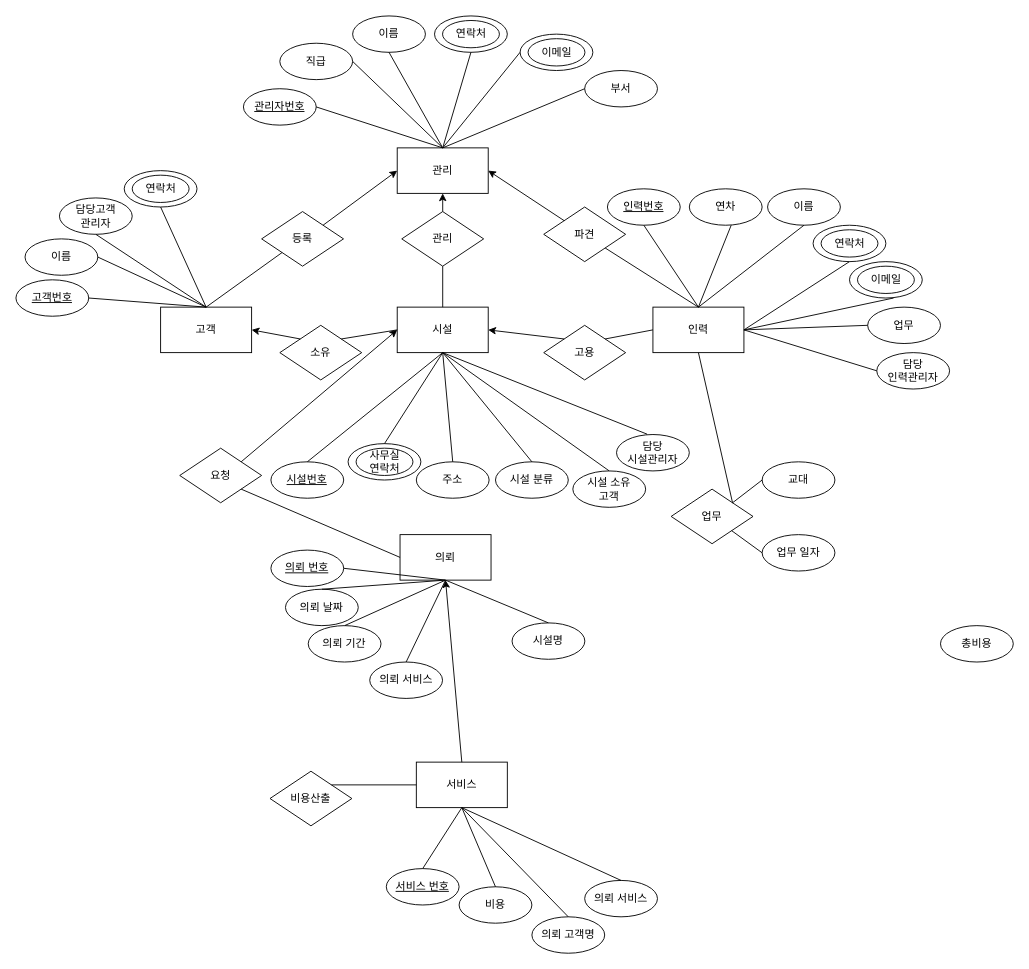
The draw.io diagram Untitled Diagram.drawio in Taein2/ERdiagram, before the edit. Source tidied: cells renumbered, new cells numbered last; positions are measured from the earlier drawing's top-left corner, leaving out a move shared by most shapes. Both pictures are drawn from the tidied source at 91%, with x=0, y=0 at pixel (15, 15).
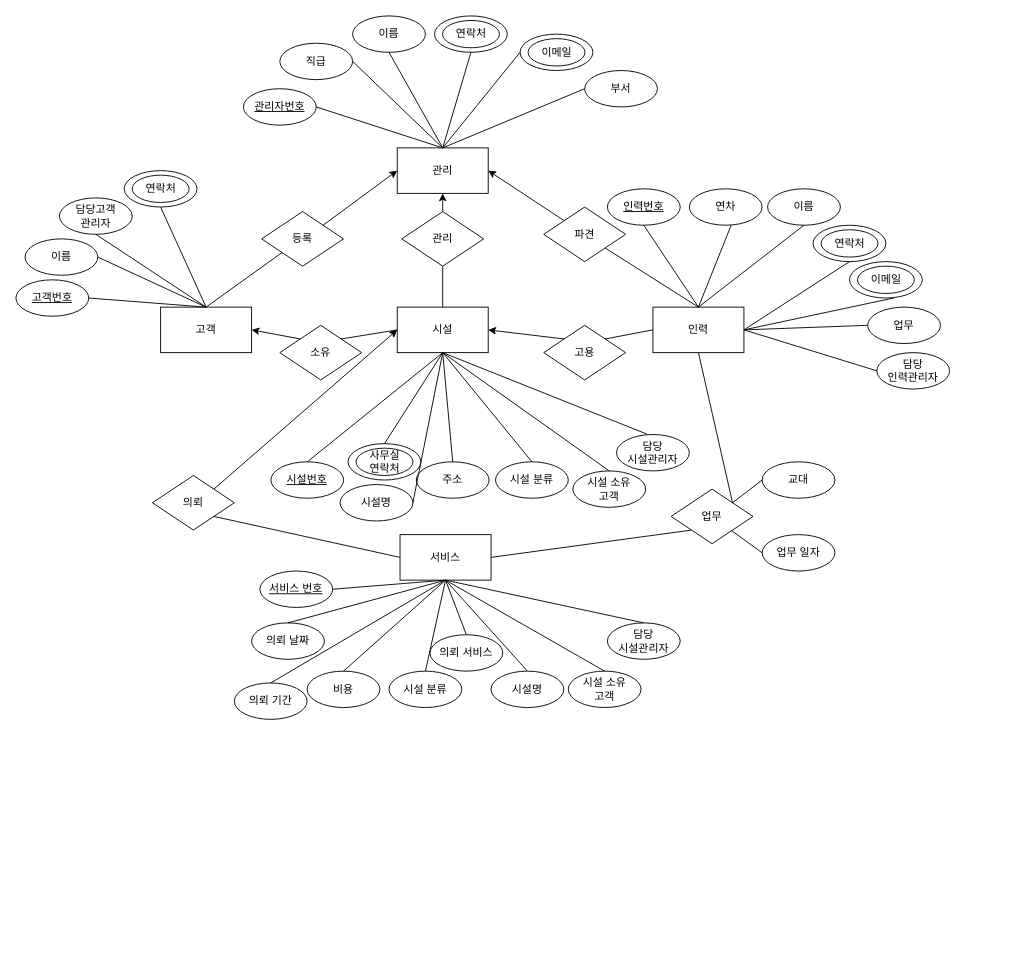
After the change.

Unchanged cells that the change refers to:
```xml
<mxCell id="5" value="시설" style="rounded=0;whiteSpace=wrap;html=1;" parent="1" vertex="1">
  <mxGeometry x="419" y="320" width="100" height="50" as="geometry" />
</mxCell>
<mxCell id="79" value="업무" style="rhombus;whiteSpace=wrap;html=1;shadow=0;gradientColor=none;fontFamily=Helvetica;" parent="1" vertex="1">
  <mxGeometry x="720" y="520" width="90" height="60" as="geometry" />
</mxCell>
```

What changed in the source:
```diff
@@
     <mxCell id="50" value="비용" style="ellipse;whiteSpace=wrap;html=1;" parent="1" vertex="1">
-      <mxGeometry x="487" y="957" width="80" height="40" as="geometry" />
+      <mxGeometry x="320" y="720" width="80" height="40" as="geometry" />
     </mxCell>
     <mxCell id="51" value="의뢰 서비스" style="ellipse;whiteSpace=wrap;html=1;" parent="1" vertex="1">
-      <mxGeometry x="388.8" y="710" width="80" height="40" as="geometry" />
+      <mxGeometry x="455" y="680" width="80" height="40" as="geometry" />
     </mxCell>
-    <mxCell id="52" value="서비스" style="rounded=0;whiteSpace=wrap;html=1;" parent="1" vertex="1">
-      <mxGeometry x="440" y="820" width="100" height="50" as="geometry" />
-    </mxCell>
-    <mxCell id="53" style="endArrow=none;html=1;entryX=0.5;entryY=1;entryDx=0;entryDy=0;exitX=0.5;exitY=0;exitDx=0;exitDy=0;" parent="1" edge="1" source="51" target="95">
-      <mxGeometry relative="1" as="geometry" />
-    </mxCell>
-    <mxCell id="54" style="endArrow=none;html=1;entryX=0.5;entryY=0;entryDx=0;entryDy=0;exitX=0.5;exitY=1;exitDx=0;exitDy=0;" parent="1" edge="1" source="52" target="50">
+    <mxCell id="54" style="endArrow=none;html=1;entryX=0.5;entryY=0;entryDx=0;entryDy=0;exitX=0.5;exitY=1;exitDx=0;exitDy=0;" parent="1" edge="1" source="95" target="50">
       <mxGeometry relative="1" as="geometry" />
     </mxCell>
     <mxCell id="55" value="의뢰 날짜" style="ellipse;whiteSpace=wrap;html=1;" parent="1" vertex="1">
-      <mxGeometry x="296.2" y="630" width="80" height="40" as="geometry" />
+      <mxGeometry x="259" y="667" width="80" height="40" as="geometry" />
     </mxCell>
@@
-    <mxCell id="81" value="요청" style="rhombus;whiteSpace=wrap;html=1;shadow=0;gradientColor=none;fontFamily=Helvetica;" parent="1" vertex="1">
-      <mxGeometry x="180" y="475" width="90" height="60" as="geometry" />
+    <mxCell id="81" value="의뢰" style="rhombus;whiteSpace=wrap;html=1;shadow=0;gradientColor=none;fontFamily=Helvetica;" parent="1" vertex="1">
+      <mxGeometry x="150" y="505" width="90" height="60" as="geometry" />
     </mxCell>
-    <mxCell id="82" value="의뢰 고객명" style="ellipse;whiteSpace=wrap;html=1;" parent="1" vertex="1">
-      <mxGeometry x="567" y="990" width="80" height="40" as="geometry" />
-    </mxCell>
     <mxCell id="83" value="의뢰 기간" style="ellipse;whiteSpace=wrap;html=1;" parent="1" vertex="1">
-      <mxGeometry x="321.2" y="670" width="80" height="40" as="geometry" />
+      <mxGeometry x="240" y="733" width="80" height="40" as="geometry" />
     </mxCell>
-    <mxCell id="84" style="endArrow=none;html=1;entryX=0.5;entryY=0;entryDx=0;entryDy=0;exitX=0.5;exitY=1;exitDx=0;exitDy=0;" parent="1" edge="1" source="52" target="82">
-      <mxGeometry relative="1" as="geometry" />
-    </mxCell>
-    <mxCell id="85" value="서비스 번호" style="ellipse;whiteSpace=wrap;html=1;fontStyle=4;" parent="1" vertex="1">
-      <mxGeometry x="407" y="937" width="80" height="40" as="geometry" />
-    </mxCell>
-    <mxCell id="86" style="endArrow=none;html=1;entryX=0.5;entryY=1;entryDx=0;entryDy=0;exitX=0.5;exitY=0;exitDx=0;exitDy=0;" parent="1" edge="1" source="85" target="52">
-      <mxGeometry relative="1" as="geometry" />
-    </mxCell>
@@
     <mxCell id="89" value="시설명" style="ellipse;whiteSpace=wrap;html=1;" parent="1" vertex="1">
-      <mxGeometry x="545.2" y="667" width="80" height="40" as="geometry" />
+      <mxGeometry x="522.1" y="720" width="80" height="40" as="geometry" />
     </mxCell>
@@
-    <mxCell id="94" value="총비용" style="ellipse;whiteSpace=wrap;html=1;" parent="1" vertex="1">
-      <mxGeometry x="1016" y="670" width="80" height="40" as="geometry" />
-    </mxCell>
-    <mxCell id="95" value="의뢰" style="rounded=0;whiteSpace=wrap;html=1;" parent="1" vertex="1">
+    <mxCell id="95" value="서비스" style="rounded=0;whiteSpace=wrap;html=1;" parent="1" vertex="1">
       <mxGeometry x="422.1" y="570" width="100" height="50" as="geometry" />
     </mxCell>
@@
-    <mxCell id="97" value="비용산출" style="rhombus;whiteSpace=wrap;html=1;shadow=0;gradientColor=none;fontFamily=Helvetica;" parent="1" vertex="1">
-      <mxGeometry x="279.2" y="830" width="90" height="60" as="geometry" />
-    </mxCell>
-    <mxCell id="98" value="의뢰 번호" style="ellipse;whiteSpace=wrap;html=1;fontStyle=4;" parent="1" vertex="1">
-      <mxGeometry x="280.2" y="587" width="80" height="40" as="geometry" />
+    <mxCell id="98" value="서비스 번호" style="ellipse;whiteSpace=wrap;html=1;fontStyle=4;" parent="1" vertex="1">
+      <mxGeometry x="268.1" y="610" width="80" height="40" as="geometry" />
     </mxCell>
@@
-    <mxCell id="100" value="의뢰 서비스" style="ellipse;whiteSpace=wrap;html=1;" parent="1" vertex="1">
-      <mxGeometry x="625" y="950" width="80" height="40" as="geometry" />
-    </mxCell>
-    <mxCell id="101" style="endArrow=none;html=1;entryX=1;entryY=0;entryDx=0;entryDy=0;exitX=0;exitY=0.5;exitDx=0;exitDy=0;" parent="1" edge="1" source="52" target="97">
-      <mxGeometry relative="1" as="geometry" />
-    </mxCell>
-    <mxCell id="102" style="endArrow=classic;html=1;entryX=0.5;entryY=1;entryDx=0;entryDy=0;exitX=0.5;exitY=0;exitDx=0;exitDy=0;" parent="1" edge="1" source="52" target="95">
-      <mxGeometry relative="1" as="geometry" />
-    </mxCell>
@@
-    <mxCell id="104" style="endArrow=none;html=1;entryX=0.5;entryY=0;entryDx=0;entryDy=0;exitX=0.5;exitY=1;exitDx=0;exitDy=0;" parent="1" edge="1" source="52" target="100">
-      <mxGeometry relative="1" as="geometry" />
-    </mxCell>
@@
+    <mxCell id="53" style="endArrow=none;html=1;entryX=0.5;entryY=1;entryDx=0;entryDy=0;exitX=0.5;exitY=0;exitDx=0;exitDy=0;" parent="1" edge="1" source="51" target="95">
+      <mxGeometry relative="1" as="geometry" />
+    </mxCell>
+    <mxCell id="106" style="endArrow=none;html=1;exitX=1;exitY=0.5;exitDx=0;exitDy=0;entryX=0;entryY=1;entryDx=0;entryDy=0;" parent="1" edge="1" source="95" target="79">
+      <mxGeometry relative="1" as="geometry" />
+    </mxCell>
+    <mxCell id="107" value="시설 소유&lt;br&gt;고객" style="ellipse;whiteSpace=wrap;html=1;" parent="1" vertex="1">
+      <mxGeometry x="607" y="720" width="80" height="40" as="geometry" />
+    </mxCell>
+    <mxCell id="108" style="endArrow=none;html=1;entryX=0.5;entryY=0;entryDx=0;entryDy=0;exitX=0.5;exitY=1;exitDx=0;exitDy=0;" parent="1" edge="1" source="95" target="107">
+      <mxGeometry relative="1" as="geometry" />
+    </mxCell>
+    <mxCell id="109" value="시설 분류" style="ellipse;whiteSpace=wrap;html=1;" parent="1" vertex="1">
+      <mxGeometry x="410" y="720" width="80" height="40" as="geometry" />
+    </mxCell>
+    <mxCell id="110" style="endArrow=none;html=1;entryX=0.5;entryY=1;entryDx=0;entryDy=0;exitX=0.5;exitY=0;exitDx=0;exitDy=0;" parent="1" edge="1" source="109" target="95">
+      <mxGeometry relative="1" as="geometry" />
+    </mxCell>
+    <mxCell id="111" value="담당&lt;br&gt;시설관리자" style="ellipse;whiteSpace=wrap;html=1;" parent="1" vertex="1">
+      <mxGeometry x="650" y="667" width="80" height="40" as="geometry" />
+    </mxCell>
+    <mxCell id="112" style="endArrow=none;html=1;entryX=0.5;entryY=1;entryDx=0;entryDy=0;exitX=0.5;exitY=0;exitDx=0;exitDy=0;" parent="1" edge="1" source="111" target="95">
+      <mxGeometry relative="1" as="geometry" />
+    </mxCell>
+    <mxCell id="113" value="시설명" style="ellipse;whiteSpace=wrap;html=1;" parent="1" vertex="1">
+      <mxGeometry x="356.2" y="515" width="80" height="40" as="geometry" />
+    </mxCell>
+    <mxCell id="114" style="endArrow=none;html=1;entryX=0.5;entryY=1;entryDx=0;entryDy=0;exitX=1;exitY=0.5;exitDx=0;exitDy=0;" parent="1" edge="1" source="113" target="5">
+      <mxGeometry relative="1" as="geometry" />
+    </mxCell>
```
